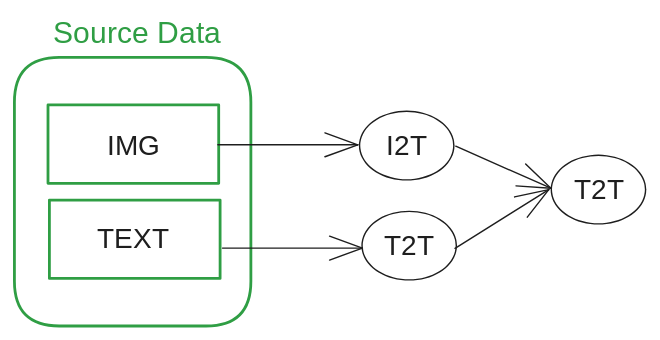
hepejaAED/CalorIA keeps this Excalidraw diagram as pipeline_arquitectura.excalidraw.svg. Above is the earlier version. Source tidied: one line per element, renumbered; positions are measured from the earlier drawing's top-left corner, leaving out a move shared by most shapes.
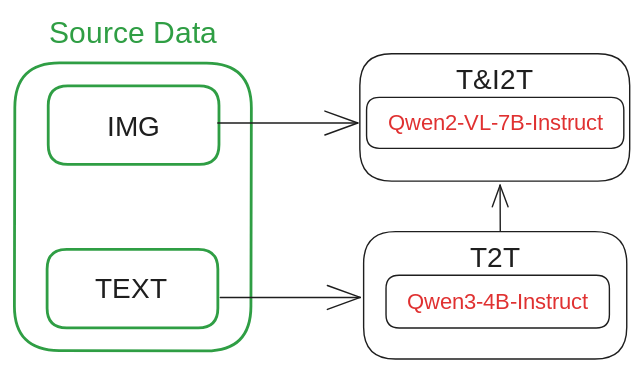
The same diagram one commit later.

Change to the diagram source:
```diff
@@ -1,16 +1,17 @@
-{"id": 0, "type": "rectangle", "strokeColor": "#2f9e44", "strokeWidth": 2, "roughness": 0, "round": true, "x": 0, "y": 31, "width": 169, "height": 192}
+{"id": 0, "type": "rectangle", "strokeColor": "#2f9e44", "angle": 0.0, "strokeWidth": 2, "roughness": 0, "round": true, "x": 0, "y": 49, "width": 169, "height": 206}
-{"id": 1, "type": "text", "text": "Source Data", "strokeColor": "#2f9e44", "strokeWidth": 2, "roughness": 0, "fontSize": 21.6, "fontFamily": 6, "textAlign": "center", "x": 28, "y": 0, "width": 119, "height": 27}
+{"id": 1, "type": "text", "text": "Source Data", "strokeColor": "#2f9e44", "strokeWidth": 2, "roughness": 0, "fontSize": 21.6, "fontFamily": 6, "textAlign": "center", "x": 25, "y": 14, "width": 119, "height": 27}
-{"id": 2, "type": "rectangle", "strokeColor": "#2f9e44", "strokeWidth": 2, "roughness": 0, "x": 24, "y": 65, "width": 122, "height": 56}
+{"id": 2, "type": "rectangle", "strokeColor": "#2f9e44", "strokeWidth": 2, "roughness": 0, "round": true, "x": 24, "y": 65, "width": 122, "height": 56}
-{"id": 3, "type": "rectangle", "strokeColor": "#2f9e44", "strokeWidth": 2, "roughness": 0, "x": 25, "y": 133, "width": 122, "height": 56}
+{"id": 3, "type": "rectangle", "strokeColor": "#2f9e44", "strokeWidth": 2, "roughness": 0, "round": true, "x": 23, "y": 182, "width": 122, "height": 56}
 {"id": 4, "type": "text", "text": "IMG", "strokeColor": "#1e1e1e", "strokeWidth": 1, "roughness": 0, "fontSize": 20, "fontFamily": 6, "textAlign": "center", "x": 67, "y": 82, "width": 37, "height": 25}
-{"id": 5, "type": "text", "text": "TEXT", "strokeColor": "#1e1e1e", "strokeWidth": 1, "roughness": 0, "fontSize": 20, "fontFamily": 6, "textAlign": "center", "x": 61, "y": 148, "width": 49, "height": 25}
+{"id": 5, "type": "text", "text": "TEXT", "strokeColor": "#1e1e1e", "strokeWidth": 1, "roughness": 0, "fontSize": 20, "fontFamily": 6, "textAlign": "center", "x": 59, "y": 197, "width": 49, "height": 25}
-{"id": 6, "type": "ellipse", "strokeColor": "#1e1e1e", "strokeWidth": 1, "roughness": 0, "x": 247, "y": 70, "width": 67, "height": 49}
-{"id": 7, "type": "text", "text": "I2T", "strokeColor": "#1e1e1e", "strokeWidth": 1, "roughness": 0, "fontSize": 20, "fontFamily": 6, "textAlign": "center", "verticalAlign": "middle", "inside": 6, "x": 266, "y": 82, "width": 29, "height": 25}
-{"id": 8, "type": "ellipse", "strokeColor": "#1e1e1e", "strokeWidth": 1, "roughness": 0, "x": 248, "y": 141, "width": 67, "height": 49}
-{"id": 9, "type": "text", "text": "T2T", "strokeColor": "#1e1e1e", "strokeWidth": 1, "roughness": 0, "fontSize": 20, "fontFamily": 6, "textAlign": "center", "verticalAlign": "middle", "inside": 8, "x": 266, "y": 153, "width": 32, "height": 25}
-{"id": 10, "type": "arrow", "strokeColor": "#1e1e1e", "strokeWidth": 1, "roughness": 0, "endArrowhead": "arrow", "from": 2, "to": 6, "x": 145, "y": 94, "width": 100, "height": 0, "points": [[0, 0], [100, 0]]}
-{"id": 11, "type": "arrow", "strokeColor": "#1e1e1e", "strokeWidth": 1, "roughness": 0, "endArrowhead": "arrow", "x": 149, "y": 167, "width": 100, "height": 0, "points": [[0, 0], [100, 0]]}
+{"id": 11, "type": "arrow", "strokeColor": "#1e1e1e", "strokeWidth": 1, "roughness": 0, "endArrowhead": "arrow", "x": 147, "y": 216, "width": 100, "height": 0, "points": [[0, 0], [100, 0]]}
-{"id": 12, "type": "arrow", "strokeColor": "#1e1e1e", "strokeWidth": 1, "roughness": 0, "endArrowhead": "arrow", "from": 6, "to": 13, "x": 315, "y": 94, "width": 68, "height": 30, "points": [[0, 0], [68, 30]]}
-{"id": 13, "type": "ellipse", "strokeColor": "#1e1e1e", "strokeWidth": 1, "roughness": 0, "x": 384, "y": 101, "width": 67, "height": 49}
-{"id": 14, "type": "text", "text": "T2T", "strokeColor": "#1e1e1e", "strokeWidth": 1, "roughness": 0, "fontSize": 20, "fontFamily": 6, "textAlign": "center", "verticalAlign": "middle", "inside": 13, "x": 399, "y": 113, "width": 36, "height": 25}
-{"id": 15, "type": "arrow", "strokeColor": "#1e1e1e", "strokeWidth": 1, "roughness": 0, "endArrowhead": "arrow", "from": 8, "to": 13, "x": 315, "y": 168, "width": 67, "height": 42, "points": [[0, 0], [67, -42]]}
+{"id": 15, "type": "arrow", "strokeColor": "#1e1e1e", "strokeWidth": 1, "roughness": 0, "endArrowhead": "arrow", "from": 16, "to": 20, "x": 347, "y": 169, "width": 0, "height": 33, "points": [[0, 0], [0, -33]]}
+{"id": 16, "type": "rectangle", "strokeColor": "#1e1e1e", "strokeWidth": 1, "roughness": 0, "round": true, "x": 249, "y": 169, "width": 188, "height": 91}
+{"id": 17, "type": "text", "text": "T2T\n\n", "strokeColor": "#1e1e1e", "strokeWidth": 1, "roughness": 0, "fontSize": 20, "fontFamily": 6, "textAlign": "center", "inside": 16, "x": 325, "y": 174, "width": 36, "height": 81}
+{"id": 18, "type": "rectangle", "strokeColor": "#1e1e1e", "strokeWidth": 1, "roughness": 0, "round": true, "x": 265, "y": 200, "width": 160, "height": 38}
+{"id": 19, "type": "text", "text": "Qwen3-4B-Instruct", "strokeColor": "#e03131", "strokeWidth": 1, "roughness": 0, "fontSize": 16, "fontFamily": 6, "textAlign": "center", "verticalAlign": "middle", "inside": 18, "x": 274, "y": 208, "width": 142, "height": 22}
+{"id": 20, "type": "rectangle", "strokeColor": "#1e1e1e", "strokeWidth": 1, "roughness": 0, "round": true, "x": 247, "y": 42, "width": 193, "height": 91}
+{"id": 21, "type": "text", "text": "T&I2T\n\n", "strokeColor": "#1e1e1e", "strokeWidth": 1, "roughness": 0, "fontSize": 20, "fontFamily": 6, "textAlign": "center", "inside": 20, "x": 316, "y": 47, "width": 55, "height": 81}
+{"id": 22, "type": "rectangle", "strokeColor": "#1e1e1e", "strokeWidth": 1, "roughness": 0, "round": true, "x": 251, "y": 73, "width": 184, "height": 36}
+{"id": 23, "type": "text", "text": "Qwen2-VL-7B-Instruct", "strokeColor": "#e03131", "strokeWidth": 1, "roughness": 0, "fontSize": 16, "fontFamily": 6, "textAlign": "center", "verticalAlign": "middle", "inside": 22, "x": 260, "y": 81, "width": 167, "height": 22}
+{"id": 24, "type": "arrow", "strokeColor": "#1e1e1e", "strokeWidth": 1, "roughness": 0, "endArrowhead": "arrow", "x": 145, "y": 92, "width": 100, "height": 0, "points": [[0, 0], [100, 0]]}
```
